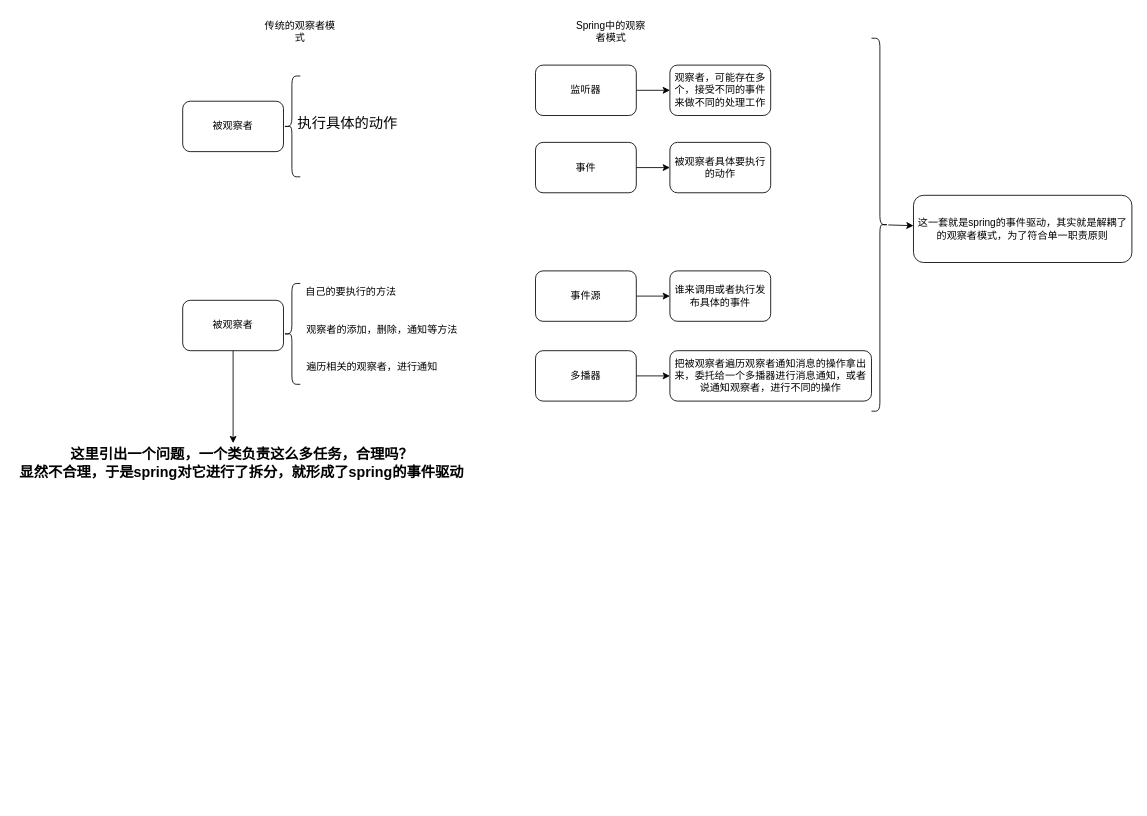
Earlier version of the draw.io diagram spring/Spring'sObserver.drawio (ZWYXY/all_images). Source tidied: cells renumbered, new cells numbered last; positions are measured from the earlier drawing's top-left corner, leaving out a move shared by most shapes. Both pictures are drawn from the tidied source at 84%, with x=0, y=0 at pixel (14, 14).
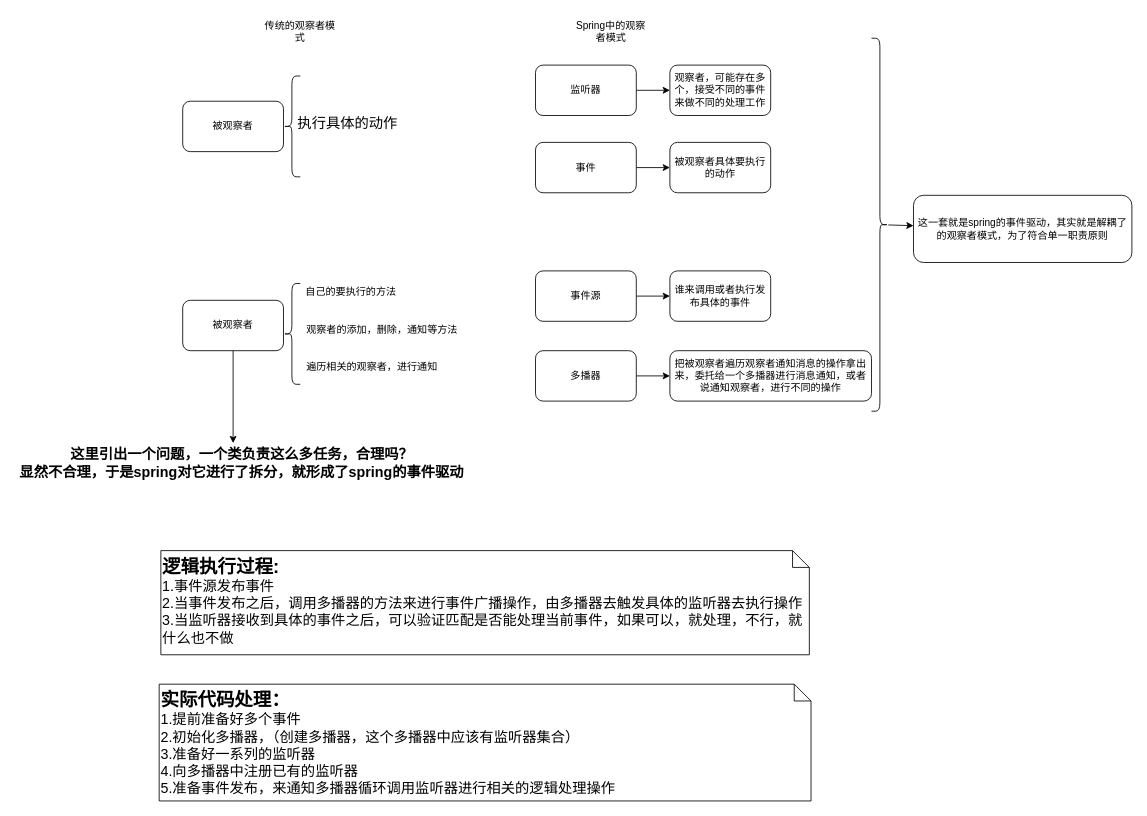
The same diagram, later.

Change to the diagram source:
```diff
@@
+    <mxCell id="29" value="&lt;b&gt;&lt;font style=&quot;font-size: 22px&quot;&gt;逻辑执行过程:&lt;/font&gt;&lt;/b&gt;&lt;br&gt;1.事件源发布事件&lt;br&gt;2.当事件发布之后，调用多播器的方法来进行事件广播操作，由多播器去触发具体的监听器去执行操作&lt;br&gt;3.当监听器接收到具体的事件之后，可以验证匹配是否能处理当前事件，如果可以，就处理，不行，就什么也不做" style="shape=note;size=20;whiteSpace=wrap;html=1;fontSize=17;align=left;verticalAlign=top;" parent="1" vertex="1">
+      <mxGeometry x="174" y="638" width="772" height="124" as="geometry" />
+    </mxCell>
+    <mxCell id="30" value="&lt;b&gt;&lt;font style=&quot;font-size: 22px&quot;&gt;实际代码处理：&lt;/font&gt;&lt;/b&gt;&lt;br&gt;1.提前准备好多个事件&lt;br&gt;2.初始化多播器，（创建多播器，这个多播器中应该有监听器集合）&lt;br&gt;3.准备好一系列的监听器&lt;br&gt;4.向多播器中注册已有的监听器&lt;br&gt;5.准备事件发布，来通知多播器循环调用监听器进行相关的逻辑处理操作" style="shape=note;size=20;whiteSpace=wrap;html=1;fontSize=17;verticalAlign=top;align=left;" parent="1" vertex="1">
+      <mxGeometry x="172" y="797" width="776" height="139" as="geometry" />
+    </mxCell>
```
